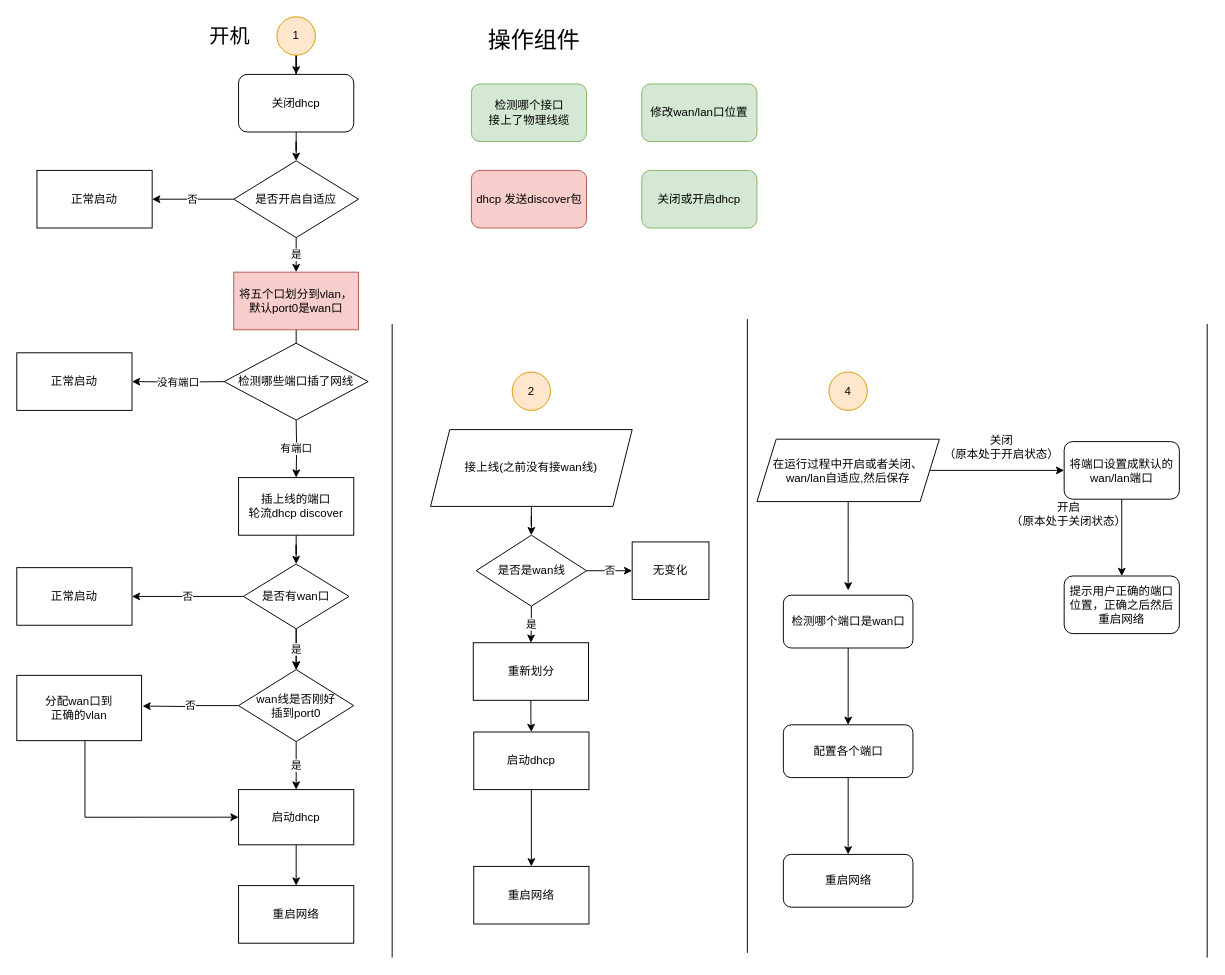
Above: wan/lan_auto_seletct.drawio in EasternCabbage/draw.io (draw.io), before the change. Source tidied: cells renumbered, new cells numbered last; positions are measured from the earlier drawing's top-left corner, leaving out a move shared by most shapes. Both pictures are drawn from the tidied source at 96%, with x=0, y=0 at pixel (16, 16).
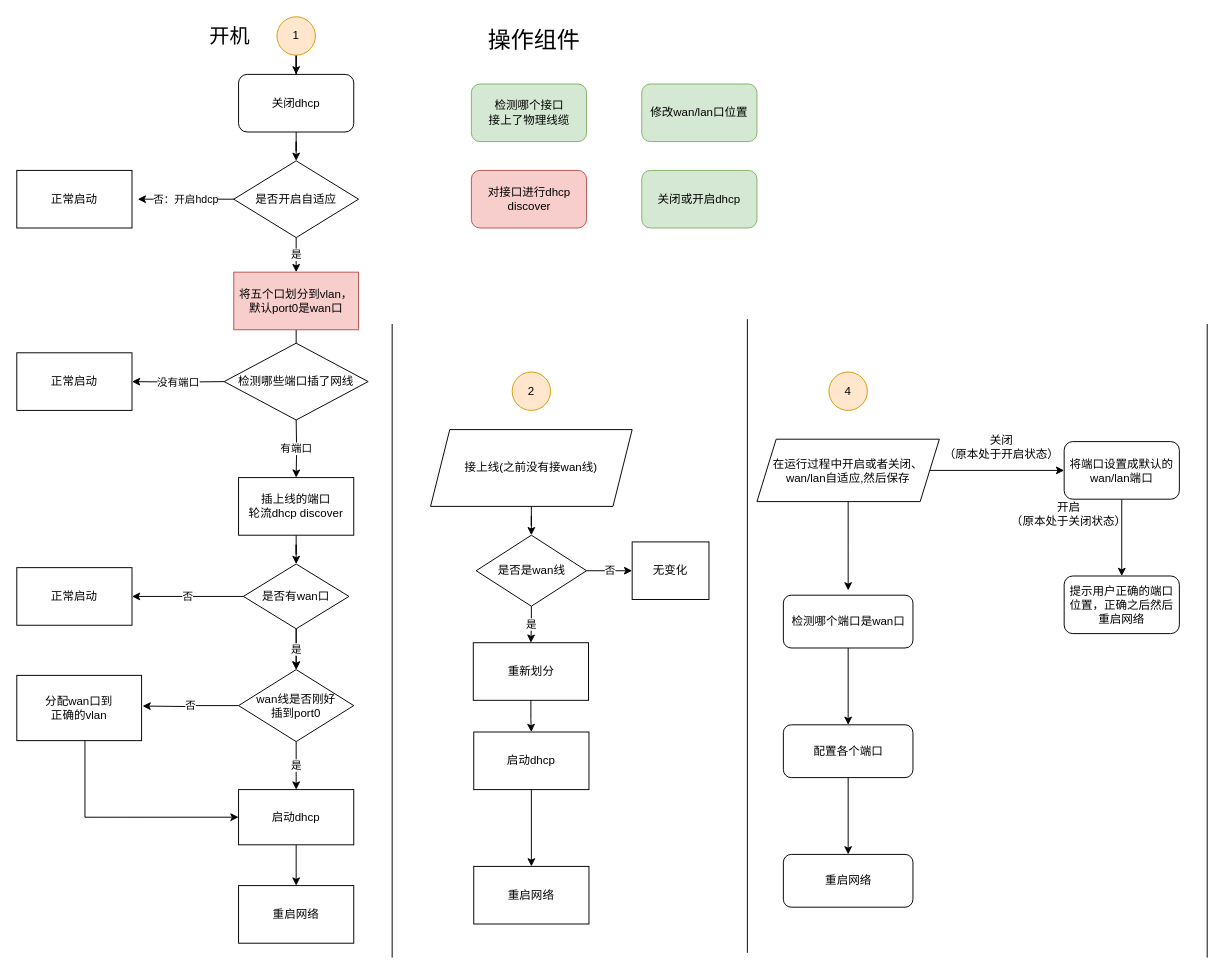
Above is the later version.

The change refers to these unchanged cells:
```xml
<mxCell id="33" value="是否开启自适应" style="rhombus;whiteSpace=wrap;html=1;" parent="1" vertex="1">
  <mxGeometry x="226" y="150" width="130" height="80" as="geometry" />
</mxCell>
```

Diff of the diagram source:
```diff
@@
-    <mxCell id="26" value="dhcp 发送discover包" style="rounded=1;whiteSpace=wrap;html=1;fillColor=#f8cecc;strokeColor=#b85450;" parent="1" vertex="1">
+    <mxCell id="26" value="对接口进行dhcp discover" style="rounded=1;whiteSpace=wrap;html=1;fillColor=#f8cecc;strokeColor=#b85450;" parent="1" vertex="1">
       <mxGeometry x="473.5" y="160" width="120" height="60" as="geometry" />
     </mxCell>
@@
-    <mxCell id="31" value="否" style="edgeStyle=orthogonalEdgeStyle;rounded=0;jettySize=auto;html=1;" parent="1" edge="1" source="33" target="34">
-      <mxGeometry relative="1" as="geometry" />
+    <mxCell id="31" value="否：开启hdcp" style="edgeStyle=orthogonalEdgeStyle;rounded=0;orthogonalLoop=1;jettySize=auto;html=1;" parent="1" edge="1">
+      <mxGeometry relative="1" as="geometry">
+        <mxPoint x="227" y="190" as="sourcePoint" />
+        <mxPoint x="126" y="190" as="targetPoint" />
+      </mxGeometry>
     </mxCell>
@@
     <mxCell id="34" value="正常启动" style="whiteSpace=wrap;html=1;" parent="1" vertex="1">
-      <mxGeometry x="21" y="160" width="120" height="60" as="geometry" />
+      <mxGeometry y="160" width="120" height="60" as="geometry" />
     </mxCell>
```
